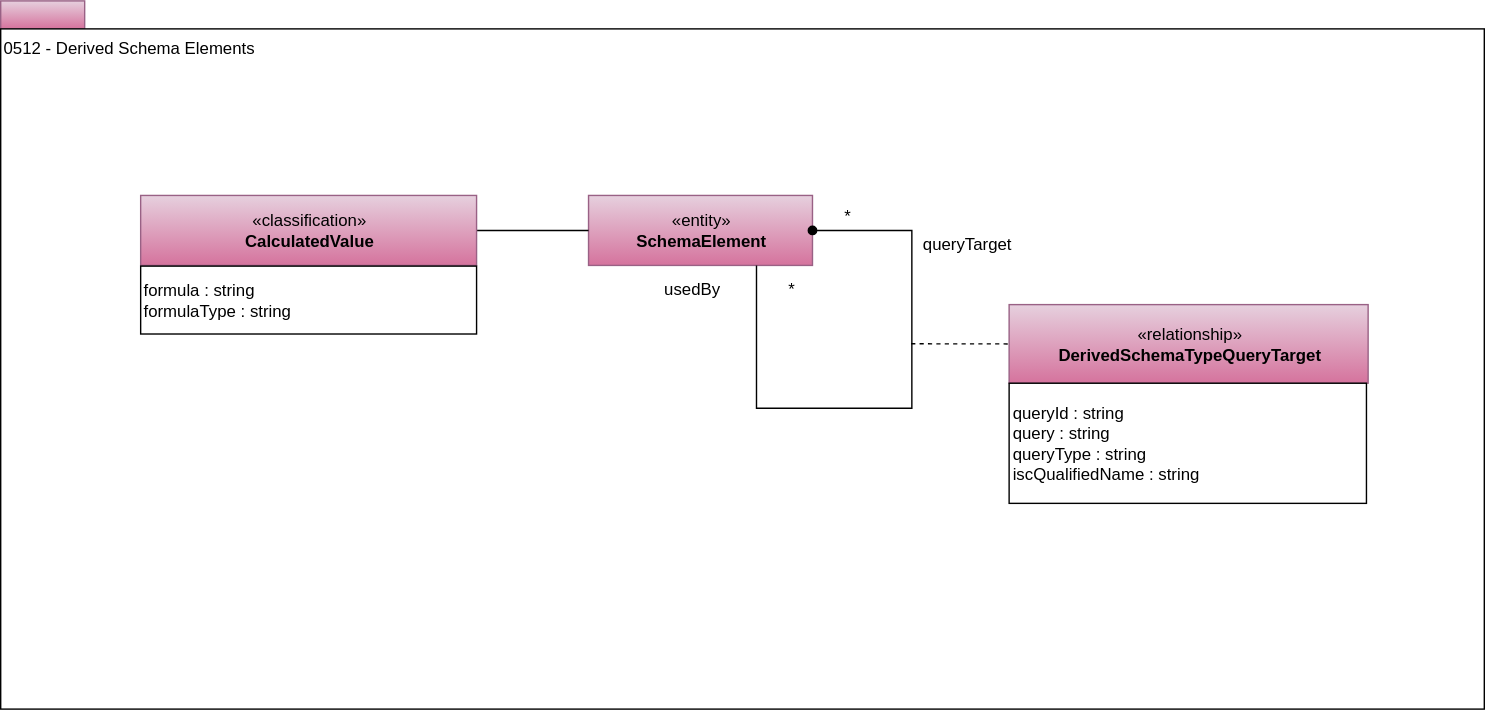
This is site/docs/types/5/0512-Derived-Schema-Elements.svg from odpi/egeria-docs, a draw.io export, as it was before one commit. Source tidied: cells renumbered, new cells last; positions are measured from the earlier drawing's top-left corner, leaving out a move shared by most shapes.
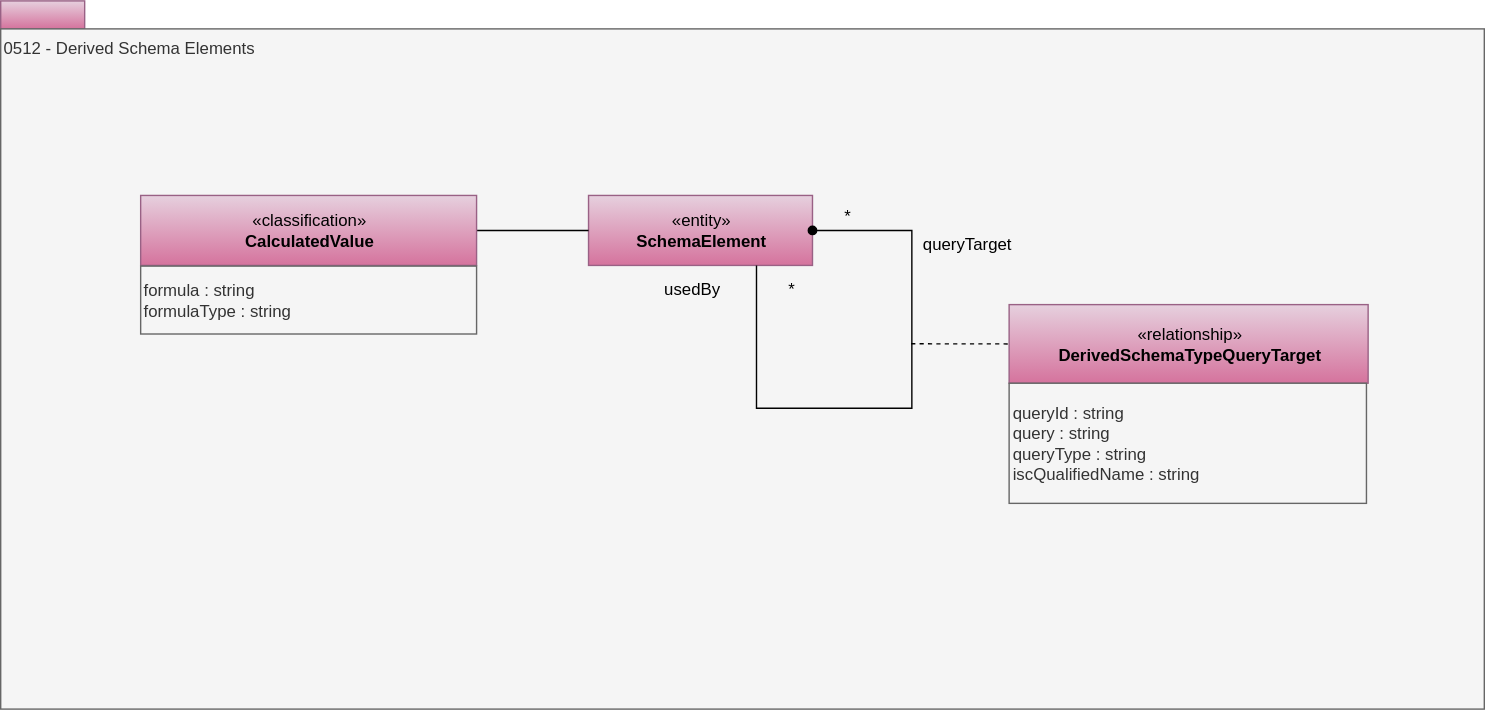
After the commit.

What changed in the source:
```diff
@@ -5,7 +5,7 @@
     <mxCell id="2" style="rounded=0;whiteSpace=wrap;html=1;align=left;fillColor=#e6d0de;strokeColor=#996185;gradientColor=#d5739d;" parent="1" vertex="1">
       <mxGeometry width="60" height="20" as="geometry" />
     </mxCell>
-    <mxCell id="3" value="0512 - Derived Schema Elements" style="rounded=0;whiteSpace=wrap;html=1;align=left;verticalAlign=top;" parent="1" vertex="1">
+    <mxCell id="3" value="0512 - Derived Schema Elements" style="rounded=0;whiteSpace=wrap;html=1;align=left;verticalAlign=top;fillColor=#f5f5f5;fontColor=#333333;strokeColor=#666666;" parent="1" vertex="1">
       <mxGeometry y="20" width="1060" height="486" as="geometry" />
     </mxCell>
     <mxCell id="4" value="«entity»&lt;br&gt;&lt;b&gt;SchemaElement&lt;/b&gt;" style="html=1;strokeColor=#996185;align=center;fillColor=#e6d0de;gradientColor=#d5739d;" parent="1" vertex="1">
@@ -23,37 +23,34 @@
     <mxCell id="8" value="usedBy" style="text;html=1;strokeColor=none;fillColor=none;align=center;verticalAlign=middle;whiteSpace=wrap;rounded=0;" parent="1" vertex="1">
       <mxGeometry x="455" y="196" width="78" height="20" as="geometry" />
     </mxCell>
-    <mxCell id="9" style="endArrow=none;dashed=1;html=1;entryX=0;entryY=0.5;entryDx=0;entryDy=0;" parent="1" edge="1" target="11">
+    <mxCell id="9" style="endArrow=none;dashed=1;html=1;entryX=0;entryY=0.5;entryDx=0;entryDy=0;" parent="1" edge="1" target="14">
       <mxGeometry relative="1" as="geometry">
         <mxPoint x="650.5" y="245" as="sourcePoint" />
       </mxGeometry>
     </mxCell>
-    <mxCell id="10" style="group;" parent="1" vertex="1">
-      <mxGeometry x="720.5" y="217" width="256.5" height="142" as="geometry" />
+    <mxCell id="10" style="edgeStyle=orthogonalEdgeStyle;rounded=0;jettySize=auto;html=1;exitX=1;exitY=0.5;exitDx=0;exitDy=0;entryX=0;entryY=0.5;entryDx=0;entryDy=0;startSize=6;endArrow=none;endFill=0;endSize=16;" parent="1" edge="1" source="11" target="4">
+      <mxGeometry relative="1" as="geometry" />
     </mxCell>
-    <mxCell id="11" value="«relationship»&lt;br&gt;&lt;b&gt;DerivedSchemaTypeQueryTarget&lt;/b&gt;" style="html=1;strokeColor=#996185;align=center;fillColor=#e6d0de;gradientColor=#d5739d;" parent="10" vertex="1">
-      <mxGeometry width="256.5" height="56.2" as="geometry" />
+    <mxCell id="11" value="«classification»&lt;br&gt;&lt;b&gt;CalculatedValue&lt;/b&gt;" style="html=1;strokeColor=#996185;align=center;fillColor=#e6d0de;gradientColor=#d5739d;" parent="1" vertex="1">
+      <mxGeometry x="100" y="139" width="240" height="50" as="geometry" />
     </mxCell>
-    <mxCell id="12" value="&lt;div style=&quot;text-align: left&quot;&gt;&lt;span&gt;queryId : string&lt;/span&gt;&lt;/div&gt;&lt;div style=&quot;text-align: left&quot;&gt;&lt;span&gt;query : string&lt;/span&gt;&lt;/div&gt;&lt;div style=&quot;text-align: left&quot;&gt;&lt;span&gt;queryType : string&lt;/span&gt;&lt;/div&gt;&lt;div style=&quot;text-align: left&quot;&gt;&lt;span&gt;iscQualifiedName : string&lt;/span&gt;&lt;/div&gt;" style="rounded=0;whiteSpace=wrap;html=1;strokeColor=#000000;gradientColor=#ffffff;align=left;" parent="10" vertex="1">
-      <mxGeometry y="56.2" width="255.3" height="85.8" as="geometry" />
+    <mxCell id="12" value="&lt;span style=&quot;white-space: normal&quot;&gt;formula : string&lt;br&gt;formulaType : string&lt;br&gt;&lt;/span&gt;" style="rounded=0;whiteSpace=wrap;html=1;strokeColor=#666666;align=left;fillColor=#f5f5f5;fontColor=#333333;" parent="1" vertex="1">
+      <mxGeometry x="100" y="189.5" width="240" height="48.5" as="geometry" />
     </mxCell>
-    <mxCell id="13" style="edgeStyle=orthogonalEdgeStyle;rounded=0;jettySize=auto;html=1;exitX=1;exitY=0.5;exitDx=0;exitDy=0;entryX=0;entryY=0.5;entryDx=0;entryDy=0;startSize=6;endArrow=none;endFill=0;endSize=16;" parent="1" edge="1" source="14" target="4">
-      <mxGeometry relative="1" as="geometry" />
+    <mxCell id="13" style="edgeStyle=orthogonalEdgeStyle;rounded=0;orthogonalLoop=1;jettySize=auto;html=1;exitX=1;exitY=0.5;exitDx=0;exitDy=0;endArrow=none;endFill=0;entryX=0.75;entryY=1;entryDx=0;entryDy=0;startArrow=oval;startFill=1;" parent="1" edge="1" source="4" target="4">
+      <mxGeometry relative="1" as="geometry">
+        <Array as="points">
+          <mxPoint x="651" y="164" />
+          <mxPoint x="651" y="291" />
+          <mxPoint x="540" y="291" />
+        </Array>
+      </mxGeometry>
     </mxCell>
-    <mxCell id="14" value="«classification»&lt;br&gt;&lt;b&gt;CalculatedValue&lt;/b&gt;" style="html=1;strokeColor=#996185;align=center;fillColor=#e6d0de;gradientColor=#d5739d;" parent="1" vertex="1">
-      <mxGeometry x="100" y="139" width="240" height="50" as="geometry" />
+    <mxCell id="14" value="«relationship»&lt;br&gt;&lt;b&gt;DerivedSchemaTypeQueryTarget&lt;/b&gt;" style="html=1;strokeColor=#996185;align=center;fillColor=#e6d0de;gradientColor=#d5739d;" parent="1" vertex="1">
+      <mxGeometry x="720.5" y="217" width="256.5" height="56.2" as="geometry" />
     </mxCell>
-    <mxCell id="15" value="&lt;span style=&quot;white-space: normal&quot;&gt;formula : string&lt;br&gt;formulaType : string&lt;br&gt;&lt;/span&gt;" style="rounded=0;whiteSpace=wrap;html=1;strokeColor=#000000;gradientColor=#ffffff;align=left;" parent="1" vertex="1">
-      <mxGeometry x="100" y="189.5" width="240" height="48.5" as="geometry" />
+    <mxCell id="15" value="&lt;div style=&quot;text-align: left&quot;&gt;&lt;span&gt;queryId : string&lt;/span&gt;&lt;/div&gt;&lt;div style=&quot;text-align: left&quot;&gt;&lt;span&gt;query : string&lt;/span&gt;&lt;/div&gt;&lt;div style=&quot;text-align: left&quot;&gt;&lt;span&gt;queryType : string&lt;/span&gt;&lt;/div&gt;&lt;div style=&quot;text-align: left&quot;&gt;&lt;span&gt;iscQualifiedName : string&lt;/span&gt;&lt;/div&gt;" style="rounded=0;whiteSpace=wrap;html=1;strokeColor=#666666;align=left;fillColor=#f5f5f5;fontColor=#333333;" parent="1" vertex="1">
+      <mxGeometry x="720.5" y="273.2" width="255.3" height="85.8" as="geometry" />
     </mxCell>
-    <mxCell id="16" style="edgeStyle=orthogonalEdgeStyle;rounded=0;orthogonalLoop=1;jettySize=auto;html=1;exitX=1;exitY=0.5;exitDx=0;exitDy=0;endArrow=none;endFill=0;entryX=0.75;entryY=1;entryDx=0;entryDy=0;startArrow=oval;startFill=1;" parent="1" edge="1" source="4" target="4">
-      <mxGeometry relative="1" as="geometry">
-        <Array as="points">
-          <mxPoint x="651" y="164" />
-          <mxPoint x="651" y="291" />
-          <mxPoint x="540" y="291" />
-        </Array>
-      </mxGeometry>
-    </mxCell>
   </root>
 </mxGraphModel>
```
